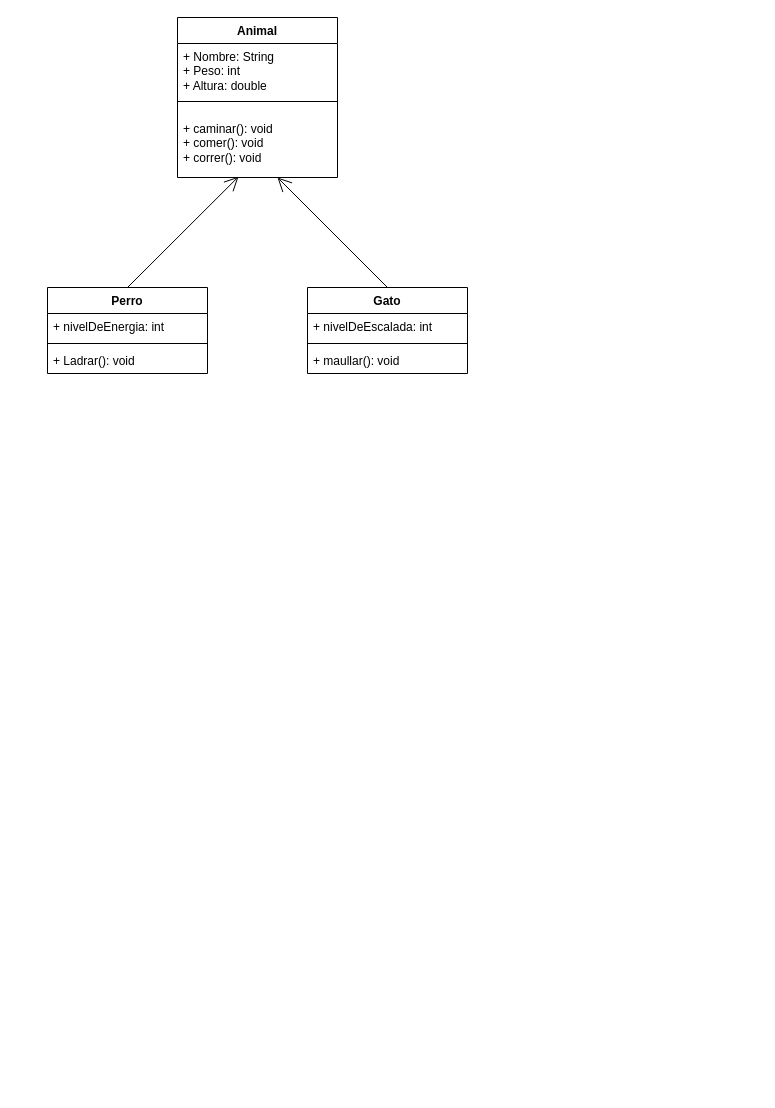
Above: diagrama de clases prueba.drawio in Izth4rDev/diagramas (draw.io), before the change. Source tidied: cells renumbered, new cells numbered last; positions are measured from the earlier drawing's top-left corner, leaving out a move shared by most shapes. Both pictures are drawn from the tidied source at 100%, with x=0, y=0 at pixel (47, 17).
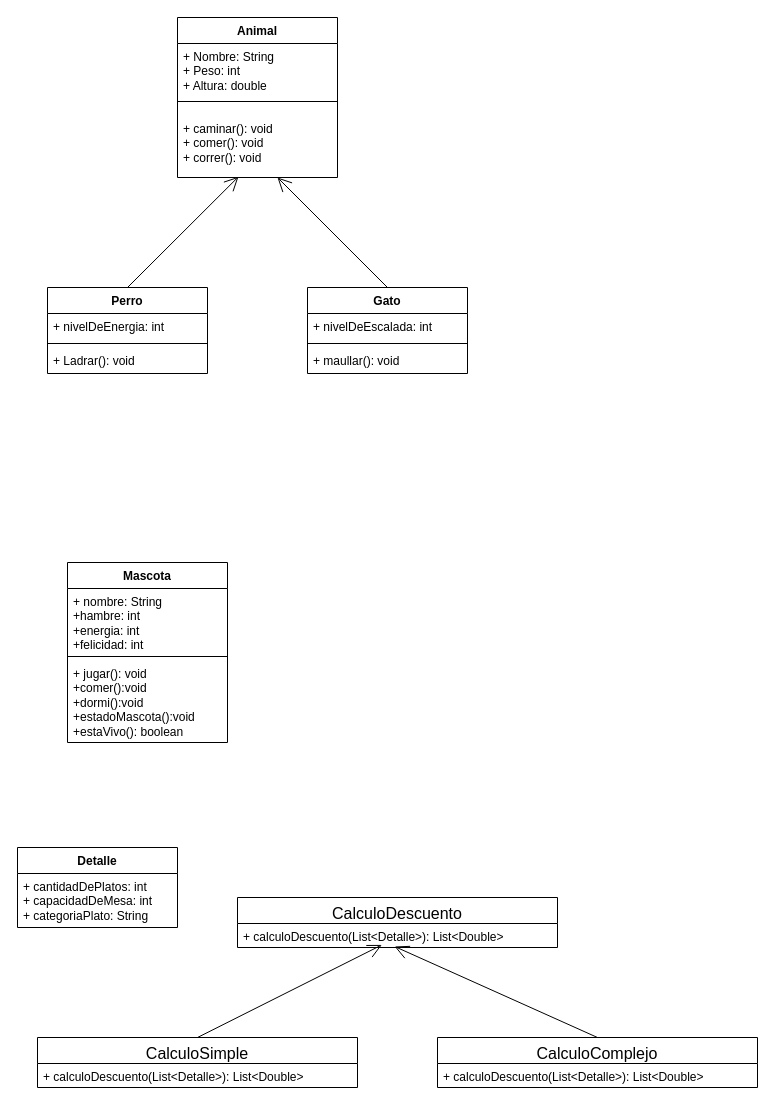
The same diagram, later.

What changed in the source:
```diff
@@
+    <mxCell id="16" value="Mascota" style="swimlane;fontStyle=1;align=center;verticalAlign=top;horizontal=1;startSize=26;whiteSpace=wrap;html=1;" parent="1" vertex="1">
+      <mxGeometry x="20" y="545" width="160" height="180" as="geometry" />
+    </mxCell>
+    <mxCell id="17" value="+ nombre: String&lt;div&gt;+hambre: int&lt;/div&gt;&lt;div&gt;+energia: int&lt;/div&gt;&lt;div&gt;+felicidad: int&lt;/div&gt;&lt;div&gt;&lt;br&gt;&lt;/div&gt;" style="text;strokeColor=none;fillColor=none;align=left;verticalAlign=top;spacingLeft=4;spacingRight=4;overflow=hidden;whiteSpace=wrap;html=1;" parent="16" vertex="1">
+      <mxGeometry y="26" width="160" height="64" as="geometry" />
+    </mxCell>
+    <mxCell id="18" style="line;strokeWidth=1;fillColor=none;align=left;verticalAlign=middle;spacingTop=-1;spacingLeft=3;spacingRight=3;labelPosition=right;strokeColor=inherit;" parent="16" vertex="1">
+      <mxGeometry y="90" width="160" height="8" as="geometry" />
+    </mxCell>
+    <mxCell id="19" value="+ jugar(): void&lt;div&gt;+comer():void&lt;/div&gt;&lt;div&gt;+dormi():void&lt;/div&gt;&lt;div&gt;+estadoMascota():void&lt;/div&gt;&lt;div&gt;+estaVivo(): boolean&lt;/div&gt;&lt;div&gt;&lt;br&gt;&lt;/div&gt;" style="text;strokeColor=none;fillColor=none;align=left;verticalAlign=top;spacingLeft=4;spacingRight=4;overflow=hidden;whiteSpace=wrap;html=1;" parent="16" vertex="1">
+      <mxGeometry y="98" width="160" height="82" as="geometry" />
+    </mxCell>
+    <mxCell id="20" value="&lt;span style=&quot;font-weight: 400; text-align: start; font-size: 12pt; font-family: Aptos, sans-serif;&quot;&gt;CalculoDescuento&lt;/span&gt;&lt;span style=&quot;font-size: medium; font-weight: 400; text-align: start;&quot;&gt;&lt;/span&gt;" style="swimlane;fontStyle=1;align=center;verticalAlign=top;horizontal=1;startSize=26;whiteSpace=wrap;html=1;" parent="1" vertex="1">
+      <mxGeometry x="190" y="880" width="320" height="50" as="geometry" />
+    </mxCell>
+    <mxCell id="21" value="+ calculoDescuento(List&amp;lt;Detalle&amp;gt;): List&amp;lt;Double&amp;gt;" style="text;strokeColor=none;fillColor=none;align=left;verticalAlign=top;spacingLeft=4;spacingRight=4;overflow=hidden;points=[[0,0.5],[1,0.5]];portConstraint=eastwest;whiteSpace=wrap;html=1;" parent="20" vertex="1">
+      <mxGeometry y="26" width="320" height="24" as="geometry" />
+    </mxCell>
+    <mxCell id="22" value="&lt;span style=&quot;font-weight: 400; text-align: start; font-size: 12pt; font-family: Aptos, sans-serif;&quot;&gt;CalculoSimple&lt;/span&gt;&lt;span style=&quot;font-size: medium; font-weight: 400; text-align: start;&quot;&gt;&lt;/span&gt;" style="swimlane;fontStyle=1;align=center;verticalAlign=top;horizontal=1;startSize=26;whiteSpace=wrap;html=1;" parent="1" vertex="1">
+      <mxGeometry x="-10" y="1020" width="320" height="50" as="geometry" />
+    </mxCell>
+    <mxCell id="23" value="+ calculoDescuento(List&amp;lt;Detalle&amp;gt;): List&amp;lt;Double&amp;gt;" style="text;strokeColor=none;fillColor=none;align=left;verticalAlign=top;spacingLeft=4;spacingRight=4;overflow=hidden;whiteSpace=wrap;html=1;" parent="22" vertex="1">
+      <mxGeometry y="26" width="320" height="24" as="geometry" />
+    </mxCell>
+    <mxCell id="24" value="&lt;span style=&quot;font-weight: 400; text-align: start; font-size: 12pt; font-family: Aptos, sans-serif;&quot;&gt;CalculoComplejo&lt;/span&gt;&lt;span style=&quot;font-size: medium; font-weight: 400; text-align: start;&quot;&gt;&lt;/span&gt;" style="swimlane;fontStyle=1;align=center;verticalAlign=top;horizontal=1;startSize=26;whiteSpace=wrap;html=1;" parent="1" vertex="1">
+      <mxGeometry x="390" y="1020" width="320" height="50" as="geometry" />
+    </mxCell>
+    <mxCell id="25" value="+ calculoDescuento(List&amp;lt;Detalle&amp;gt;): List&amp;lt;Double&amp;gt;" style="text;strokeColor=none;fillColor=none;align=left;verticalAlign=top;spacingLeft=4;spacingRight=4;overflow=hidden;whiteSpace=wrap;html=1;" parent="24" vertex="1">
+      <mxGeometry y="26" width="320" height="24" as="geometry" />
+    </mxCell>
+    <mxCell id="26" style="endArrow=open;endFill=1;endSize=12;html=1;rounded=0;entryX=0.451;entryY=0.893;entryDx=0;entryDy=0;entryPerimeter=0;exitX=0.5;exitY=0;exitDx=0;exitDy=0;" parent="1" edge="1" source="22" target="21">
+      <mxGeometry relative="1" as="geometry" />
+    </mxCell>
+    <mxCell id="27" style="endArrow=open;endFill=1;endSize=12;html=1;rounded=0;entryX=0.491;entryY=0.958;entryDx=0;entryDy=0;entryPerimeter=0;exitX=0.5;exitY=0;exitDx=0;exitDy=0;" parent="1" edge="1" source="24" target="21">
+      <mxGeometry relative="1" as="geometry" />
+    </mxCell>
+    <mxCell id="28" value="Detalle" style="swimlane;fontStyle=1;align=center;verticalAlign=top;horizontal=1;startSize=26;whiteSpace=wrap;html=1;" parent="1" vertex="1">
+      <mxGeometry x="-30" y="830" width="160" height="80" as="geometry" />
+    </mxCell>
+    <mxCell id="29" value="+ cantidadDePlatos: int&lt;div&gt;+ capacidadDeMesa: int&lt;/div&gt;&lt;div&gt;+ categoriaPlato: String&lt;/div&gt;" style="text;strokeColor=none;fillColor=none;align=left;verticalAlign=top;spacingLeft=4;spacingRight=4;overflow=hidden;whiteSpace=wrap;html=1;" parent="28" vertex="1">
+      <mxGeometry y="26" width="160" height="54" as="geometry" />
+    </mxCell>
```
